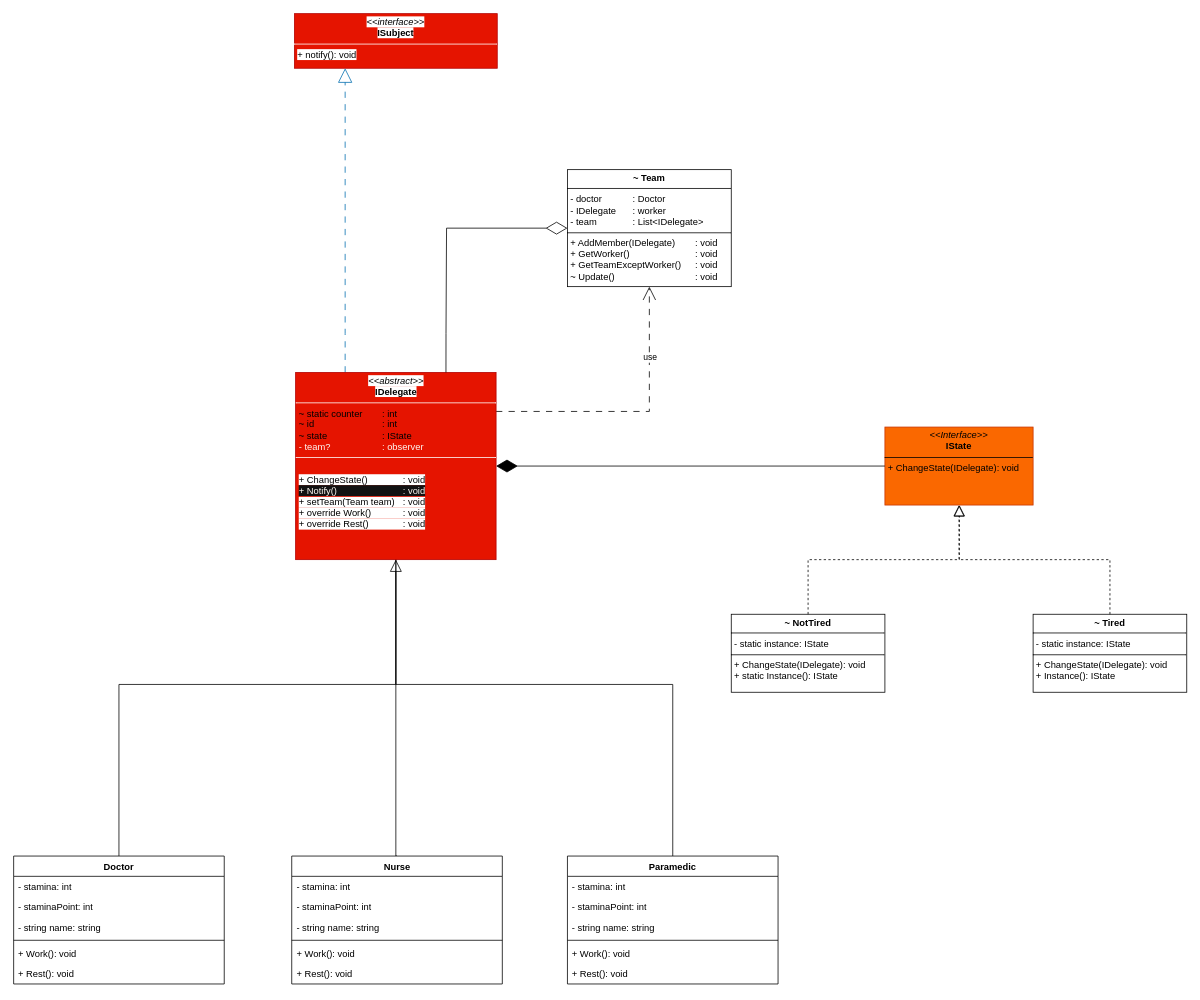
Above: SI_Devoir4/SI_Devoir4.drawio in MAUI-SI-IOS/SI_Devoir4 (draw.io), before the change. Source tidied: cells renumbered, new cells numbered last; positions are measured from the earlier drawing's top-left corner, leaving out a move shared by most shapes. Both pictures are drawn from the tidied source at 78%, with x=0, y=0 at pixel (13, 13).
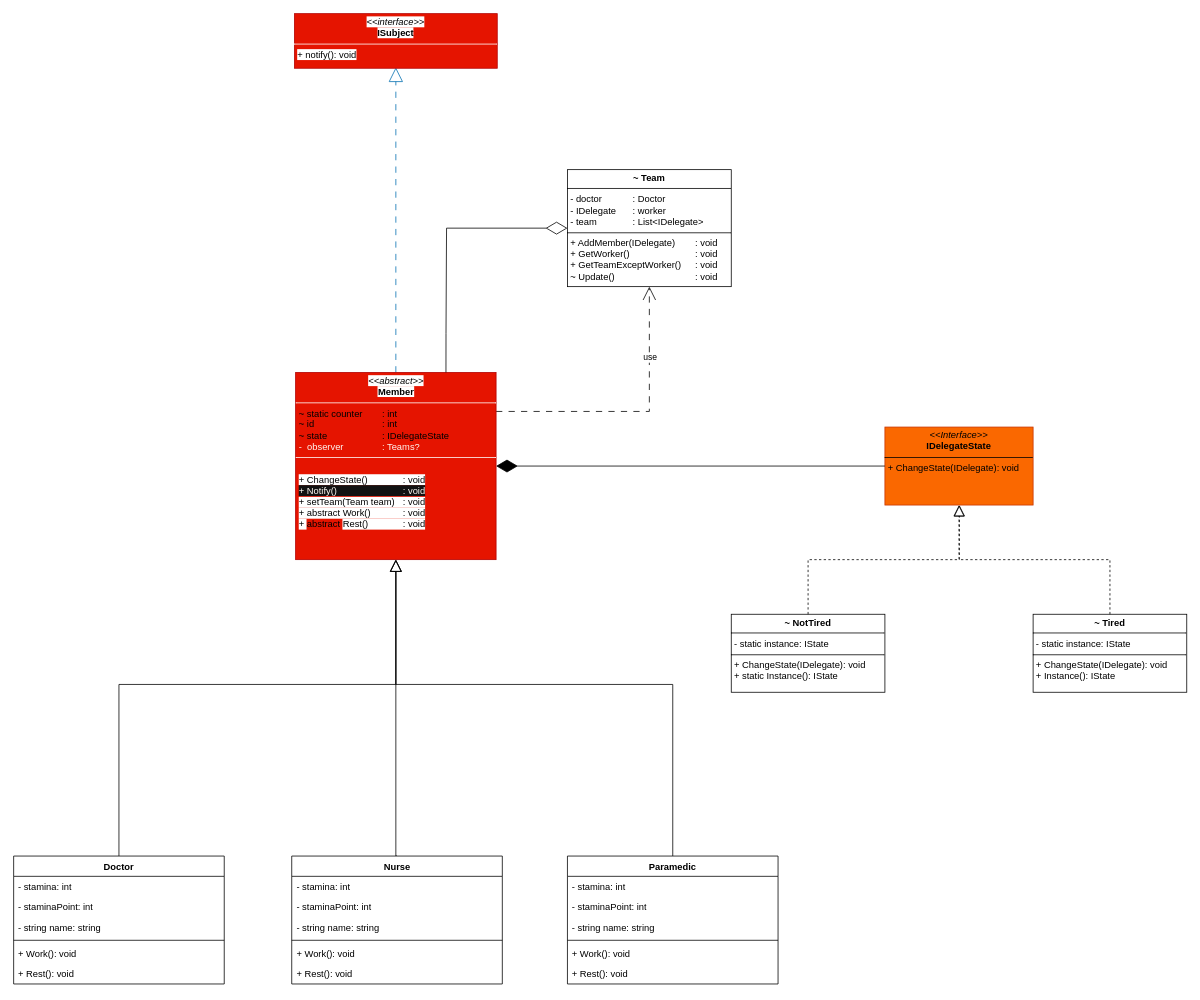
The same diagram, later.

Unchanged cells that the change refers to:
```xml
<mxCell id="11" value="&lt;p style=&quot;margin:0px;margin-top:4px;text-align:center;&quot;&gt;&lt;font style=&quot;background-color: light-dark(#ffffff, var(--ge-dark-color, #121212)); color: light-dark(rgb(0, 0, 0), rgb(255, 249, 243));&quot;&gt;&lt;i style=&quot;&quot;&gt;&amp;lt;&amp;lt;interface&amp;gt;&amp;gt;&lt;/i&gt;&lt;br&gt;&lt;b style=&quot;&quot;&gt;ISubject&lt;/b&gt;&lt;/font&gt;&lt;/p&gt;&lt;hr size=&quot;1&quot; style=&quot;border-style:solid;&quot;&gt;&lt;p style=&quot;margin:0px;margin-left:4px;&quot;&gt;&lt;font style=&quot;background-color: light-dark(#ffffff, var(--ge-dark-color, #121212)); color: light-dark(rgb(0, 0, 0), rgb(255, 249, 243));&quot;&gt;+ notify(): void&lt;/font&gt;&lt;/p&gt;" style="verticalAlign=top;align=left;overflow=fill;html=1;whiteSpace=wrap;fillColor=light-dark(#e51400, #000000);fontColor=#ffffff;strokeColor=light-dark(#B20000,#0000FF);" parent="1" vertex="1">
  <mxGeometry x="360" width="260" height="70" as="geometry" />
</mxCell>
<mxCell id="12" value="Paramedic" style="swimlane;fontStyle=1;align=center;verticalAlign=top;horizontal=1;startSize=26;whiteSpace=wrap;html=1;" parent="1" vertex="1">
  <mxGeometry x="710" y="1080" width="270" height="164" as="geometry" />
</mxCell>
<mxCell id="26" value="Doctor" style="swimlane;fontStyle=1;align=center;verticalAlign=top;horizontal=1;startSize=26;whiteSpace=wrap;html=1;" parent="1" vertex="1">
  <mxGeometry y="1080" width="270" height="164" as="geometry" />
</mxCell>
```

What changed in the source:
```diff
@@
     <mxCell id="3" style="edgeStyle=orthogonalEdgeStyle;rounded=0;jettySize=auto;html=1;endArrow=block;endFill=0;endSize=13;strokeColor=light-dark(#000000,#FFACAC);exitX=0.5;exitY=0;exitDx=0;exitDy=0;entryX=0.5;entryY=1;entryDx=0;entryDy=0;" parent="1" edge="1" source="26" target="9">
       <mxGeometry relative="1" as="geometry">
         <Array as="points">
           <mxPoint x="135" y="860" />
           <mxPoint x="490" y="860" />
-          <mxPoint x="490" y="600" />
         </Array>
       </mxGeometry>
     </mxCell>
@@
     <mxCell id="5" style="edgeStyle=orthogonalEdgeStyle;rounded=0;jettySize=auto;html=1;endArrow=block;endFill=0;endSize=13;strokeColor=light-dark(#000000,#FFACAC);exitX=0.5;exitY=0;exitDx=0;exitDy=0;entryX=0.5;entryY=1;entryDx=0;entryDy=0;" parent="1" edge="1" source="12" target="9">
       <mxGeometry relative="1" as="geometry">
         <Array as="points">
           <mxPoint x="845" y="860" />
           <mxPoint x="490" y="860" />
-          <mxPoint x="490" y="600" />
         </Array>
       </mxGeometry>
     </mxCell>
-    <mxCell id="6" style="edgeStyle=orthogonalEdgeStyle;rounded=0;jettySize=auto;html=1;entryX=0.25;entryY=1;entryDx=0;entryDy=0;endArrow=block;endFill=0;endSize=16;targetPerimeterSpacing=-1;dashed=1;dashPattern=8 8;fillColor=#1ba1e2;strokeColor=#006EAF;" parent="1" edge="1" source="9" target="11">
-      <mxGeometry relative="1" as="geometry">
-        <Array as="points">
-          <mxPoint x="425" y="410" />
-          <mxPoint x="425" y="410" />
-        </Array>
-      </mxGeometry>
+    <mxCell id="6" style="edgeStyle=orthogonalEdgeStyle;rounded=0;jettySize=auto;html=1;endArrow=block;endFill=0;endSize=16;targetPerimeterSpacing=-1;dashed=1;dashPattern=8 8;fillColor=#1ba1e2;strokeColor=#006EAF;" parent="1" edge="1" source="9" target="11">
+      <mxGeometry relative="1" as="geometry" />
     </mxCell>
@@
-    <mxCell id="9" value="&lt;p style=&quot;margin:0px;margin-top:4px;text-align:center;&quot;&gt;&lt;font style=&quot;background-color: light-dark(#ffffff, var(--ge-dark-color, #121212)); color: light-dark(rgb(0, 0, 0), rgb(255, 249, 243));&quot;&gt;&lt;i style=&quot;&quot;&gt;&amp;lt;&amp;lt;abstract&amp;gt;&amp;gt;&lt;/i&gt;&lt;br&gt;&lt;b style=&quot;&quot;&gt;IDelegate&lt;/b&gt;&lt;/font&gt;&lt;/p&gt;&lt;hr size=&quot;1&quot; style=&quot;border-style:solid;&quot;&gt;&lt;p style=&quot;margin:0px;margin-left:4px;&quot;&gt;&lt;font style=&quot;color: light-dark(rgb(0, 0, 0), rgb(255, 249, 243));&quot;&gt;~ static counter&lt;span style=&quot;white-space: pre;&quot;&gt;&#9;&lt;/span&gt;: int&lt;/font&gt;&lt;/p&gt;&lt;p style=&quot;margin:0px;margin-left:4px;&quot;&gt;&lt;font style=&quot;color: light-dark(rgb(0, 0, 0), rgb(255, 249, 243));&quot;&gt;~ id&lt;span style=&quot;white-space: pre;&quot;&gt;&#9;&lt;/span&gt;&amp;nbsp; &amp;nbsp; &amp;nbsp;&lt;span style=&quot;white-space: pre;&quot;&gt;&#9;&lt;/span&gt;&lt;span style=&quot;white-space: pre;&quot;&gt;&#9;&lt;/span&gt;&lt;span style=&quot;white-space: pre;&quot;&gt;&#9;&lt;/span&gt;: int&lt;/font&gt;&lt;/p&gt;&lt;p style=&quot;margin:0px;margin-left:4px;&quot;&gt;&lt;span&gt;&lt;font style=&quot;color: light-dark(rgb(0, 0, 0), rgb(255, 249, 243));&quot;&gt;~ state&amp;nbsp;&lt;span style=&quot;white-space: pre;&quot;&gt;&#9;&lt;/span&gt;&lt;span style=&quot;white-space: pre;&quot;&gt;&#9;&lt;/span&gt; &lt;span style=&quot;white-space: pre;&quot;&gt;&#9;&lt;/span&gt;: IState&lt;/font&gt;&lt;br&gt;&lt;/span&gt;&lt;/p&gt;&lt;p style=&quot;margin:0px;margin-left:4px;&quot;&gt;&lt;font style=&quot;color: light-dark(rgb(255, 249, 243), rgb(213, 232, 212));&quot;&gt;- team? &lt;span style=&quot;white-space: pre;&quot;&gt;&#9;&lt;/span&gt;&lt;span style=&quot;white-space: pre;&quot;&gt;&#9;&lt;/span&gt;&lt;span style=&quot;white-space: pre;&quot;&gt;&#9;&lt;/span&gt;: observer&lt;/font&gt;&lt;/p&gt;&lt;hr size=&quot;1&quot; style=&quot;border-style:solid;&quot;&gt;&lt;p style=&quot;margin:0px;margin-left:4px;&quot;&gt;&lt;span style=&quot;background-color: light-dark(#ffffff, var(--ge-dark-color, #121212));&quot;&gt;&lt;br&gt;&lt;/span&gt;&lt;/p&gt;&lt;p style=&quot;margin:0px;margin-left:4px;&quot;&gt;&lt;font style=&quot;color: light-dark(rgb(0, 0, 0), rgb(255, 249, 243));&quot;&gt;&lt;font style=&quot;background-color: light-dark(#ffffff, var(--ge-dark-color, #121212));&quot;&gt;+ ChangeState()&lt;span style=&quot;white-space: pre;&quot;&gt;&#9;&lt;/span&gt;&lt;span style=&quot;white-space: pre;&quot;&gt;&#9;&lt;/span&gt;: void&lt;/font&gt;&lt;/font&gt;&lt;/p&gt;&lt;p style=&quot;margin:0px;margin-left:4px;&quot;&gt;&lt;font color=&quot;#fff9f3&quot;&gt;&lt;span style=&quot;background-color: rgb(18, 18, 18);&quot;&gt;+ Notify()&lt;span style=&quot;white-space: pre;&quot;&gt;&#9;&lt;/span&gt;&lt;span style=&quot;white-space: pre;&quot;&gt;&#9;&lt;/span&gt;&lt;span style=&quot;white-space: pre;&quot;&gt;&#9;&lt;/span&gt;&lt;span style=&quot;white-space: pre;&quot;&gt;&#9;&lt;/span&gt;: void&lt;/span&gt;&lt;/font&gt;&lt;/p&gt;&lt;p style=&quot;margin:0px;margin-left:4px;&quot;&gt;&lt;font style=&quot;color: light-dark(rgb(0, 0, 0), rgb(255, 249, 243)); background-color: light-dark(#ffffff, var(--ge-dark-color, #121212));&quot;&gt;+ setTeam(Team team)&lt;span style=&quot;white-space: pre;&quot;&gt;&#9;&lt;/span&gt;: void&lt;/font&gt;&lt;/p&gt;&lt;p style=&quot;margin:0px;margin-left:4px;&quot;&gt;&lt;font style=&quot;color: light-dark(rgb(0, 0, 0), rgb(255, 249, 243));&quot;&gt;&lt;span style=&quot;background-color: light-dark(#ffffff, var(--ge-dark-color, #121212));&quot;&gt;+ override Work()&lt;span style=&quot;white-space: pre;&quot;&gt;&#9;&lt;/span&gt;&lt;span style=&quot;white-space: pre;&quot;&gt;&#9;&lt;/span&gt;: void&lt;/span&gt;&lt;/font&gt;&lt;/p&gt;&lt;p style=&quot;margin:0px;margin-left:4px;&quot;&gt;&lt;font style=&quot;color: light-dark(rgb(0, 0, 0), rgb(255, 249, 243));&quot;&gt;&lt;span style=&quot;background-color: light-dark(#ffffff, var(--ge-dark-color, #121212));&quot;&gt;+ override Rest() &lt;span style=&quot;white-space: pre;&quot;&gt;&#9;&lt;/span&gt;&lt;span style=&quot;white-space: pre;&quot;&gt;&#9;&lt;/span&gt;:&amp;nbsp;void&lt;/span&gt;&lt;br&gt;&lt;/font&gt;&lt;br&gt;&lt;/p&gt;" style="verticalAlign=top;align=left;overflow=fill;html=1;whiteSpace=wrap;fillColor=light-dark(#e51400, #000000);fontColor=#ffffff;strokeColor=#B20000;" parent="1" vertex="1">
+    <mxCell id="9" value="&lt;p style=&quot;margin:0px;margin-top:4px;text-align:center;&quot;&gt;&lt;font style=&quot;background-color: light-dark(#ffffff, var(--ge-dark-color, #121212)); color: light-dark(rgb(0, 0, 0), rgb(255, 249, 243));&quot;&gt;&lt;i style=&quot;&quot;&gt;&amp;lt;&amp;lt;abstract&amp;gt;&amp;gt;&lt;/i&gt;&lt;br&gt;&lt;b style=&quot;&quot;&gt;Member&lt;/b&gt;&lt;/font&gt;&lt;/p&gt;&lt;hr size=&quot;1&quot; style=&quot;border-style:solid;&quot;&gt;&lt;p style=&quot;margin:0px;margin-left:4px;&quot;&gt;&lt;font style=&quot;color: light-dark(rgb(0, 0, 0), rgb(255, 249, 243));&quot;&gt;~ static counter&lt;span style=&quot;white-space: pre;&quot;&gt;&#9;&lt;/span&gt;: int&lt;/font&gt;&lt;/p&gt;&lt;p style=&quot;margin:0px;margin-left:4px;&quot;&gt;&lt;font style=&quot;color: light-dark(rgb(0, 0, 0), rgb(255, 249, 243));&quot;&gt;~ id&lt;span style=&quot;white-space: pre;&quot;&gt;&#9;&lt;/span&gt;&amp;nbsp; &amp;nbsp; &amp;nbsp;&lt;span style=&quot;white-space: pre;&quot;&gt;&#9;&lt;/span&gt;&lt;span style=&quot;white-space: pre;&quot;&gt;&#9;&lt;/span&gt;&lt;span style=&quot;white-space: pre;&quot;&gt;&#9;&lt;/span&gt;: int&lt;/font&gt;&lt;/p&gt;&lt;p style=&quot;margin:0px;margin-left:4px;&quot;&gt;&lt;span&gt;&lt;font style=&quot;color: light-dark(rgb(0, 0, 0), rgb(255, 249, 243));&quot;&gt;~ state&amp;nbsp;&lt;span style=&quot;white-space: pre;&quot;&gt;&#9;&lt;/span&gt;&lt;span style=&quot;white-space: pre;&quot;&gt;&#9;&lt;/span&gt; &lt;span style=&quot;white-space: pre;&quot;&gt;&#9;&lt;/span&gt;: IDelegateState&lt;/font&gt;&lt;br&gt;&lt;/span&gt;&lt;/p&gt;&lt;p style=&quot;margin:0px;margin-left:4px;&quot;&gt;&lt;font style=&quot;color: light-dark(rgb(255, 249, 243), rgb(213, 232, 212));&quot;&gt;-&amp;nbsp; observer&amp;nbsp;&lt;span style=&quot;white-space: pre;&quot;&gt;&#9;&lt;/span&gt;&lt;span style=&quot;white-space: pre;&quot;&gt;&#9;&lt;/span&gt;: Teams?&lt;/font&gt;&lt;/p&gt;&lt;hr size=&quot;1&quot; style=&quot;border-style:solid;&quot;&gt;&lt;p style=&quot;margin:0px;margin-left:4px;&quot;&gt;&lt;span style=&quot;background-color: light-dark(#ffffff, var(--ge-dark-color, #121212));&quot;&gt;&lt;br&gt;&lt;/span&gt;&lt;/p&gt;&lt;p style=&quot;margin:0px;margin-left:4px;&quot;&gt;&lt;font style=&quot;color: light-dark(rgb(0, 0, 0), rgb(255, 249, 243));&quot;&gt;&lt;font style=&quot;background-color: light-dark(#ffffff, var(--ge-dark-color, #121212));&quot;&gt;+ ChangeState()&lt;span style=&quot;white-space: pre;&quot;&gt;&#9;&lt;/span&gt;&lt;span style=&quot;white-space: pre;&quot;&gt;&#9;&lt;/span&gt;: void&lt;/font&gt;&lt;/font&gt;&lt;/p&gt;&lt;p style=&quot;margin:0px;margin-left:4px;&quot;&gt;&lt;font color=&quot;#fff9f3&quot;&gt;&lt;span style=&quot;background-color: rgb(18, 18, 18);&quot;&gt;+ Notify()&lt;span style=&quot;white-space: pre;&quot;&gt;&#9;&lt;/span&gt;&lt;span style=&quot;white-space: pre;&quot;&gt;&#9;&lt;/span&gt;&lt;span style=&quot;white-space: pre;&quot;&gt;&#9;&lt;/span&gt;&lt;span style=&quot;white-space: pre;&quot;&gt;&#9;&lt;/span&gt;: void&lt;/span&gt;&lt;/font&gt;&lt;/p&gt;&lt;p style=&quot;margin:0px;margin-left:4px;&quot;&gt;&lt;font style=&quot;color: light-dark(rgb(0, 0, 0), rgb(255, 249, 243)); background-color: light-dark(#ffffff, var(--ge-dark-color, #121212));&quot;&gt;+ setTeam(Team team)&lt;span style=&quot;white-space: pre;&quot;&gt;&#9;&lt;/span&gt;: void&lt;/font&gt;&lt;/p&gt;&lt;p style=&quot;margin:0px;margin-left:4px;&quot;&gt;&lt;font style=&quot;color: light-dark(rgb(0, 0, 0), rgb(255, 249, 243));&quot;&gt;&lt;span style=&quot;background-color: light-dark(#ffffff, var(--ge-dark-color, #121212));&quot;&gt;+ abstract Work()&lt;span style=&quot;white-space: pre;&quot;&gt;&#9;&lt;/span&gt;&lt;span style=&quot;white-space: pre;&quot;&gt;&#9;&lt;/span&gt;: void&lt;/span&gt;&lt;/font&gt;&lt;/p&gt;&lt;p style=&quot;margin:0px;margin-left:4px;&quot;&gt;&lt;font style=&quot;color: light-dark(rgb(0, 0, 0), rgb(255, 249, 243));&quot;&gt;&lt;span style=&quot;background-color: light-dark(#ffffff, var(--ge-dark-color, #121212));&quot;&gt;+&amp;nbsp;&lt;/span&gt;&lt;span&gt;abstract&amp;nbsp;&lt;/span&gt;&lt;span style=&quot;background-color: light-dark(#ffffff, var(--ge-dark-color, #121212));&quot;&gt;Rest() &lt;span style=&quot;white-space: pre;&quot;&gt;&#9;&lt;/span&gt;&lt;span style=&quot;white-space: pre;&quot;&gt;&#9;&lt;/span&gt;:&amp;nbsp;void&lt;/span&gt;&lt;br&gt;&lt;/font&gt;&lt;br&gt;&lt;/p&gt;" style="verticalAlign=top;align=left;overflow=fill;html=1;whiteSpace=wrap;fillColor=light-dark(#e51400, #000000);fontColor=#ffffff;strokeColor=#B20000;" parent="1" vertex="1">
       <mxGeometry x="361.5" y="460" width="257" height="240" as="geometry" />
     </mxCell>
-    <mxCell id="10" value="&lt;p style=&quot;margin:0px;margin-top:4px;text-align:center;&quot;&gt;&lt;i&gt;&amp;lt;&amp;lt;Interface&amp;gt;&amp;gt;&lt;/i&gt;&lt;br&gt;&lt;b&gt;IState&lt;/b&gt;&lt;/p&gt;&lt;hr size=&quot;1&quot; style=&quot;border-style:solid;&quot;&gt;&lt;p style=&quot;margin:0px;margin-left:4px;&quot;&gt;+ ChangeState(IDelegate): void&lt;/p&gt;" style="verticalAlign=top;align=left;overflow=fill;html=1;whiteSpace=wrap;fillColor=light-dark(#fa6800, #000000);fontColor=#000000;strokeColor=#C73500;" parent="1" vertex="1">
+    <mxCell id="10" value="&lt;p style=&quot;margin:0px;margin-top:4px;text-align:center;&quot;&gt;&lt;i&gt;&amp;lt;&amp;lt;Interface&amp;gt;&amp;gt;&lt;/i&gt;&lt;br&gt;&lt;b&gt;IDelegateState&lt;/b&gt;&lt;/p&gt;&lt;hr size=&quot;1&quot; style=&quot;border-style:solid;&quot;&gt;&lt;p style=&quot;margin:0px;margin-left:4px;&quot;&gt;+ ChangeState(IDelegate): void&lt;/p&gt;" style="verticalAlign=top;align=left;overflow=fill;html=1;whiteSpace=wrap;fillColor=light-dark(#fa6800, #000000);fontColor=#000000;strokeColor=#C73500;" parent="1" vertex="1">
       <mxGeometry x="1117" y="530" width="190" height="100" as="geometry" />
     </mxCell>
```
